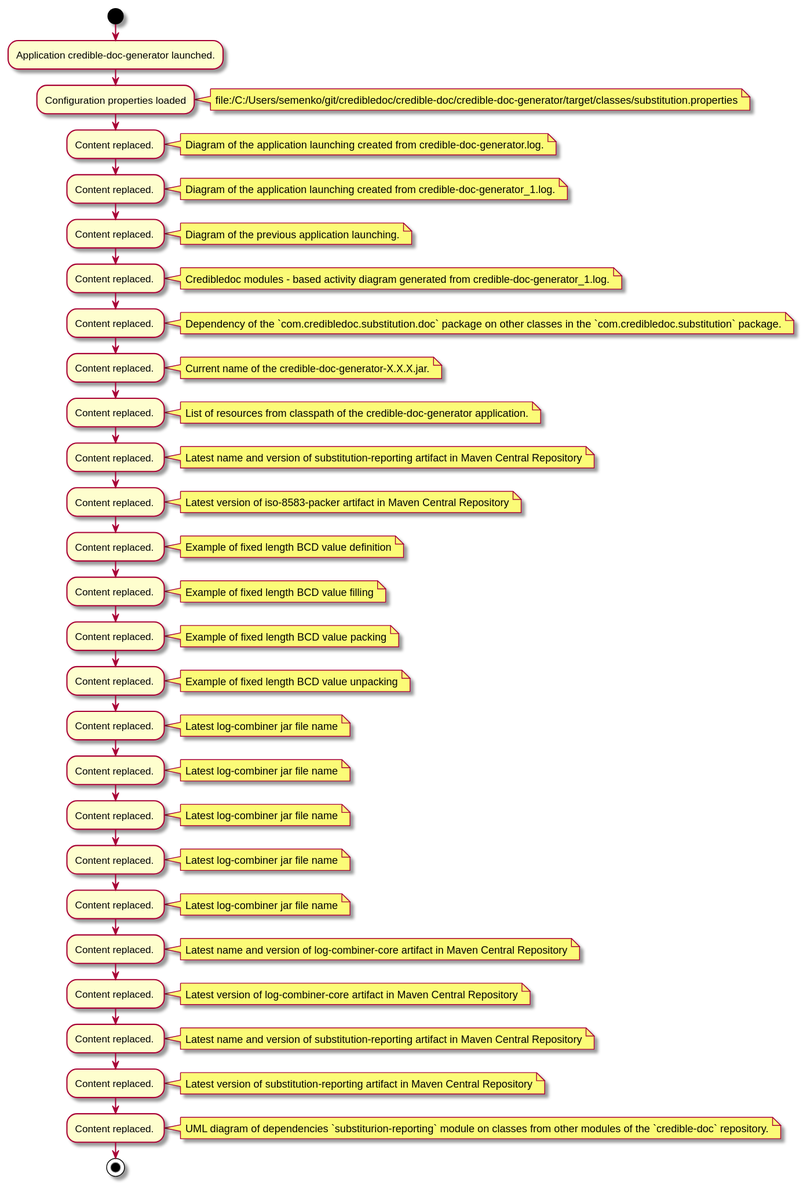
The PlantUML diagram credible-doc-generator/doc/img/diagrams.md_2.svg in credibledoc/credible-doc, before a commit.
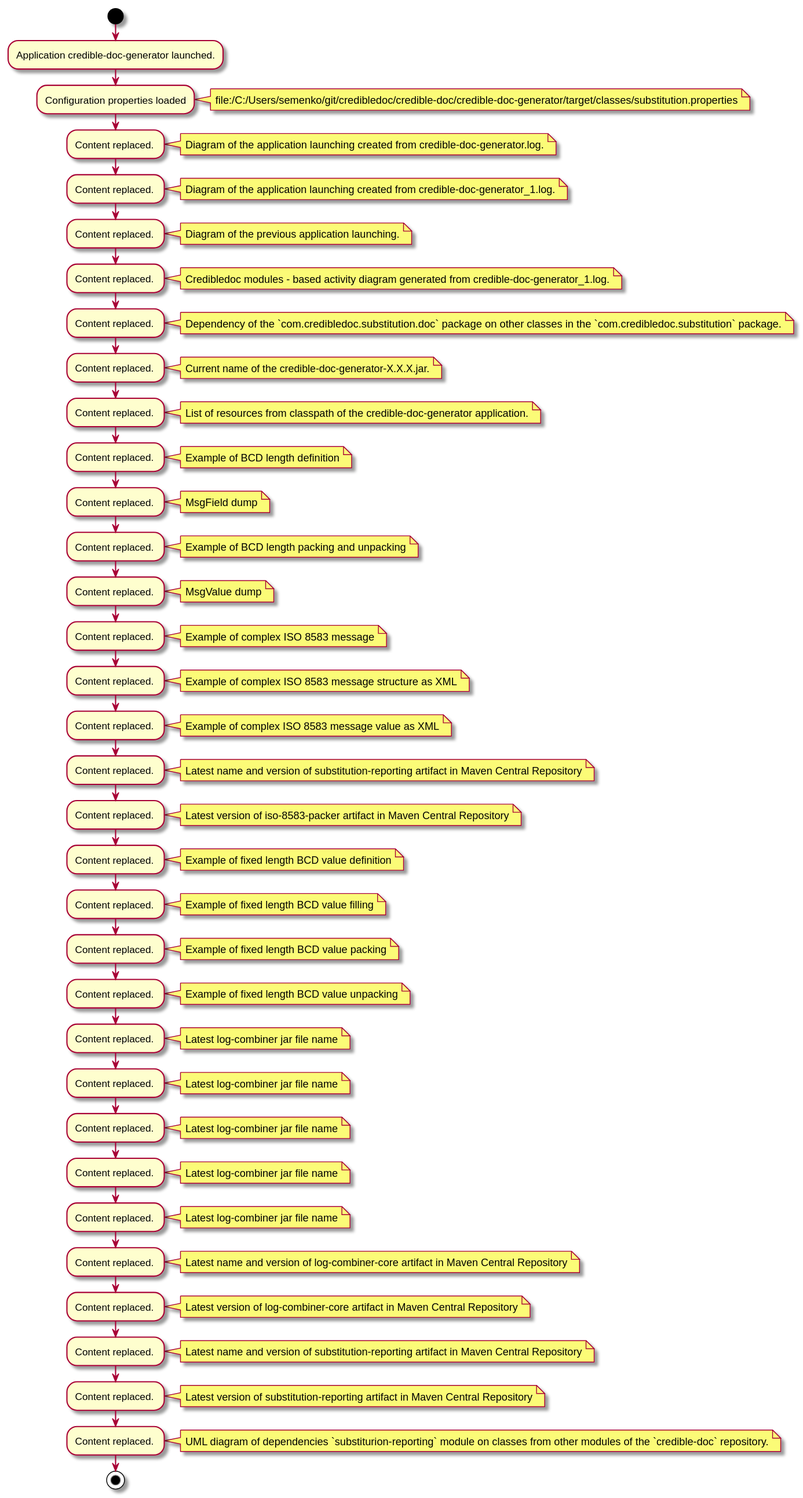
Later version of the same file.

Commit message:
iso-8583-packer - Example of ISO message has been added

Diff of the diagram source:
```diff
@@ -40,6 +40,41 @@
 :Content replaced. ;
 note right
 List of resources from classpath of the credible-doc-generator application.
+end note
+
+:Content replaced. ;
+note right
+Example of BCD length definition
+end note
+
+:Content replaced. ;
+note right
+MsgField dump
+end note
+
+:Content replaced. ;
+note right
+Example of BCD length packing and unpacking
+end note
+
+:Content replaced. ;
+note right
+MsgValue dump
+end note
+
+:Content replaced. ;
+note right
+Example of complex ISO 8583 message
+end note
+
+:Content replaced. ;
+note right
+Example of complex ISO 8583 message structure as XML
+end note
+
+:Content replaced. ;
+note right
+Example of complex ISO 8583 message value as XML
 end note
 
 :Content replaced. ;
```
